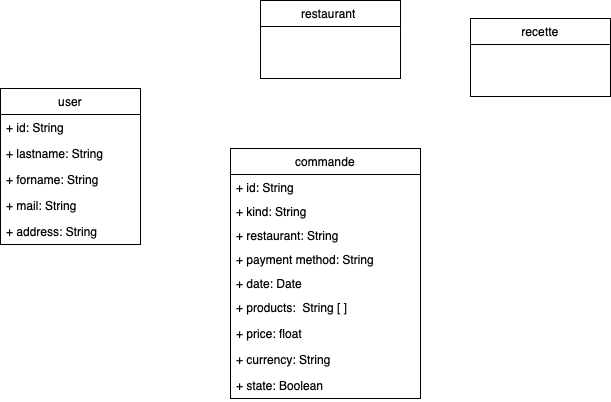
This is good_food_2.0/Untitled Diagram.drawio.png from obaconnais/good_food_2.0, a draw.io export, as it was before one commit. Source tidied: cells renumbered, new cells last; positions are measured from the earlier drawing's top-left corner, leaving out a move shared by most shapes.
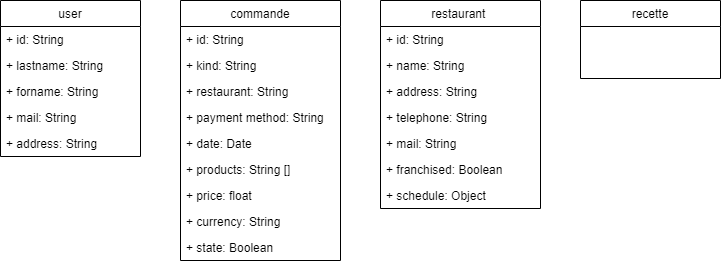
After the commit.

Commit message:
Update Database model

The edit, as a diff of the source:
```diff
@@ -3,14 +3,14 @@
     <mxCell id="0" />
     <mxCell id="1" parent="0" />
     <mxCell id="2" value="user" style="swimlane;fontStyle=0;horizontal=1;startSize=26;fillColor=none;" parent="1" vertex="1">
-      <mxGeometry y="88" width="140" height="156" as="geometry" />
+      <mxGeometry x="-60" y="78" width="140" height="156" as="geometry" />
     </mxCell>
+    <mxCell id="20" value="+ id: String" style="text;strokeColor=none;fillColor=none;align=left;verticalAlign=top;spacingLeft=4;spacingRight=4;overflow=hidden;" parent="2" vertex="1">
+      <mxGeometry y="26" width="140" height="26" as="geometry" />
+    </mxCell>
-    <mxCell id="3" value="+ id: String" style="text;strokeColor=none;fillColor=none;align=left;verticalAlign=top;spacingLeft=4;spacingRight=4;overflow=hidden;" parent="2" vertex="1">
-      <mxGeometry y="26" width="140" height="26" as="geometry" />
+    <mxCell id="3" value="+ lastname: String" style="text;strokeColor=none;fillColor=none;align=left;verticalAlign=top;spacingLeft=4;spacingRight=4;overflow=hidden;" parent="2" vertex="1">
+      <mxGeometry y="52" width="140" height="26" as="geometry" />
     </mxCell>
-    <mxCell id="4" value="+ lastname: String" style="text;strokeColor=none;fillColor=none;align=left;verticalAlign=top;spacingLeft=4;spacingRight=4;overflow=hidden;" parent="2" vertex="1">
-      <mxGeometry y="52" width="140" height="26" as="geometry" />
-    </mxCell>
     <mxCell id="5" value="+ forname: String" style="text;strokeColor=none;fillColor=none;align=left;verticalAlign=top;spacingLeft=4;spacingRight=4;overflow=hidden;" parent="2" vertex="1">
       <mxGeometry y="78" width="140" height="26" as="geometry" />
     </mxCell>
@@ -21,40 +21,61 @@
       <mxGeometry y="130" width="140" height="26" as="geometry" />
     </mxCell>
     <mxCell id="8" value="restaurant " style="swimlane;fontStyle=0;horizontal=1;startSize=26;fillColor=none;" parent="1" vertex="1">
-      <mxGeometry x="260" width="140" height="78" as="geometry" />
+      <mxGeometry x="320" y="78" width="160" height="208" as="geometry" />
     </mxCell>
+    <mxCell id="21" value="+ id: String" style="text;strokeColor=none;fillColor=none;align=left;verticalAlign=top;spacingLeft=4;spacingRight=4;overflow=hidden;" parent="8" vertex="1">
+      <mxGeometry y="26" width="160" height="26" as="geometry" />
+    </mxCell>
+    <mxCell id="22" value="+ name: String" style="text;strokeColor=none;fillColor=none;align=left;verticalAlign=top;spacingLeft=4;spacingRight=4;overflow=hidden;" parent="8" vertex="1">
+      <mxGeometry y="52" width="160" height="26" as="geometry" />
+    </mxCell>
+    <mxCell id="23" value="+ address: String" style="text;strokeColor=none;fillColor=none;align=left;verticalAlign=top;spacingLeft=4;spacingRight=4;overflow=hidden;" parent="8" vertex="1">
+      <mxGeometry y="78" width="160" height="26" as="geometry" />
+    </mxCell>
+    <mxCell id="24" value="+ telephone: String" style="text;strokeColor=none;fillColor=none;align=left;verticalAlign=top;spacingLeft=4;spacingRight=4;overflow=hidden;" parent="8" vertex="1">
+      <mxGeometry y="104" width="160" height="26" as="geometry" />
+    </mxCell>
+    <mxCell id="25" value="+ mail: String" style="text;strokeColor=none;fillColor=none;align=left;verticalAlign=top;spacingLeft=4;spacingRight=4;overflow=hidden;" parent="8" vertex="1">
+      <mxGeometry y="130" width="160" height="26" as="geometry" />
+    </mxCell>
+    <mxCell id="26" value="+ franchised: Boolean" style="text;strokeColor=none;fillColor=none;align=left;verticalAlign=top;spacingLeft=4;spacingRight=4;overflow=hidden;" parent="8" vertex="1">
+      <mxGeometry y="156" width="160" height="26" as="geometry" />
+    </mxCell>
+    <mxCell id="27" value="+ schedule: Object" style="text;strokeColor=none;fillColor=none;align=left;verticalAlign=top;spacingLeft=4;spacingRight=4;overflow=hidden;" parent="8" vertex="1">
+      <mxGeometry y="182" width="160" height="26" as="geometry" />
+    </mxCell>
     <mxCell id="9" value="recette" style="swimlane;fontStyle=0;horizontal=1;startSize=26;fillColor=none;" parent="1" vertex="1">
-      <mxGeometry x="470" y="18" width="140" height="78" as="geometry" />
+      <mxGeometry x="520" y="78" width="140" height="78" as="geometry" />
     </mxCell>
     <mxCell id="10" value="commande" style="swimlane;fontStyle=0;horizontal=1;startSize=26;fillColor=none;" parent="1" vertex="1">
-      <mxGeometry x="230" y="148" width="190" height="250" as="geometry" />
+      <mxGeometry x="120" y="78" width="160" height="260" as="geometry" />
     </mxCell>
-    <mxCell id="11" value="+ id: String" style="text;strokeColor=none;fillColor=none;align=left;verticalAlign=top;spacingLeft=4;spacingRight=4;overflow=hidden;" parent="10" vertex="1">
-      <mxGeometry y="26" width="190" height="24" as="geometry" />
-    </mxCell>
+    <mxCell id="28" value="+ id: String" style="text;strokeColor=none;fillColor=none;align=left;verticalAlign=top;spacingLeft=4;spacingRight=4;overflow=hidden;" parent="10" vertex="1">
+      <mxGeometry y="26" width="160" height="26" as="geometry" />
+    </mxCell>
     <mxCell id="12" value="+ kind: String" style="text;strokeColor=none;fillColor=none;align=left;verticalAlign=top;spacingLeft=4;spacingRight=4;overflow=hidden;" parent="10" vertex="1">
-      <mxGeometry y="50" width="190" height="24" as="geometry" />
+      <mxGeometry y="52" width="160" height="26" as="geometry" />
     </mxCell>
     <mxCell id="13" value="+ restaurant: String" style="text;strokeColor=none;fillColor=none;align=left;verticalAlign=top;spacingLeft=4;spacingRight=4;overflow=hidden;" parent="10" vertex="1">
-      <mxGeometry y="74" width="190" height="24" as="geometry" />
+      <mxGeometry y="78" width="160" height="26" as="geometry" />
     </mxCell>
     <mxCell id="14" value="+ payment method: String" style="text;strokeColor=none;fillColor=none;align=left;verticalAlign=top;spacingLeft=4;spacingRight=4;overflow=hidden;" parent="10" vertex="1">
-      <mxGeometry y="98" width="190" height="24" as="geometry" />
+      <mxGeometry y="104" width="160" height="26" as="geometry" />
     </mxCell>
     <mxCell id="15" value="+ date: Date" style="text;strokeColor=none;fillColor=none;align=left;verticalAlign=top;spacingLeft=4;spacingRight=4;overflow=hidden;" parent="10" vertex="1">
-      <mxGeometry y="122" width="190" height="24" as="geometry" />
+      <mxGeometry y="130" width="160" height="26" as="geometry" />
     </mxCell>
-    <mxCell id="16" value="+ products:  String [ ]" style="text;strokeColor=none;fillColor=none;align=left;verticalAlign=top;spacingLeft=4;spacingRight=4;overflow=hidden;" parent="10" vertex="1">
-      <mxGeometry y="146" width="190" height="26" as="geometry" />
-    </mxCell>
+    <mxCell id="29" value="+ products: String []" style="text;strokeColor=none;fillColor=none;align=left;verticalAlign=top;spacingLeft=4;spacingRight=4;overflow=hidden;" parent="10" vertex="1">
+      <mxGeometry y="156" width="160" height="26" as="geometry" />
+    </mxCell>
     <mxCell id="17" value="+ price: float" style="text;strokeColor=none;fillColor=none;align=left;verticalAlign=top;spacingLeft=4;spacingRight=4;overflow=hidden;" parent="10" vertex="1">
-      <mxGeometry y="172" width="190" height="26" as="geometry" />
+      <mxGeometry y="182" width="160" height="26" as="geometry" />
     </mxCell>
     <mxCell id="18" value="+ currency: String" style="text;strokeColor=none;fillColor=none;align=left;verticalAlign=top;spacingLeft=4;spacingRight=4;overflow=hidden;" parent="10" vertex="1">
-      <mxGeometry y="198" width="190" height="26" as="geometry" />
+      <mxGeometry y="208" width="160" height="26" as="geometry" />
     </mxCell>
     <mxCell id="19" value="+ state: Boolean" style="text;strokeColor=none;fillColor=none;align=left;verticalAlign=top;spacingLeft=4;spacingRight=4;overflow=hidden;" parent="10" vertex="1">
-      <mxGeometry y="224" width="190" height="26" as="geometry" />
+      <mxGeometry y="234" width="160" height="26" as="geometry" />
     </mxCell>
   </root>
 </mxGraphModel>
```
